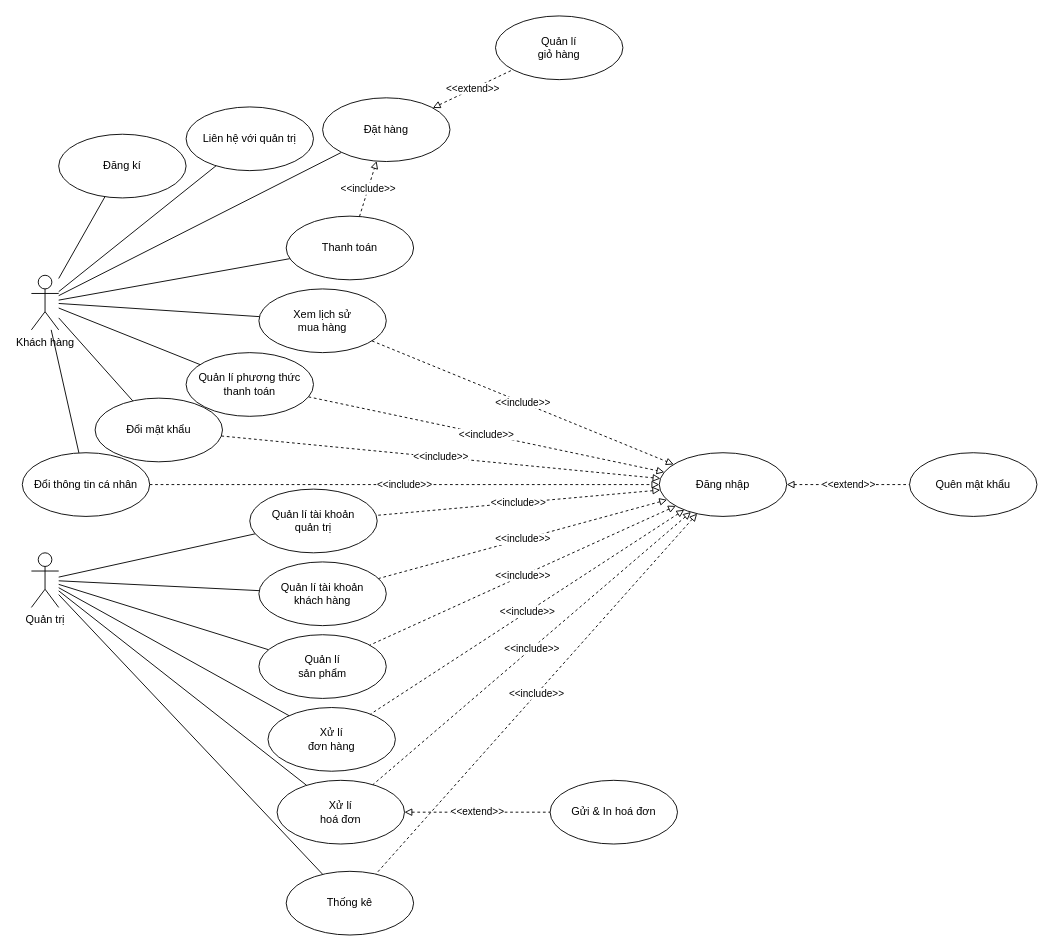
Before: page "Page-1" (1 of 4) of Nam3_HK1/CNPM_SoftTech/Usecase Diagrams/UseCaseDiagram_TongQuat.drawio in EdgarIgnite16/SGU-Course, a draw.io diagram. Source tidied: cells renumbered, new cells numbered last; positions are measured from the earlier drawing's top-left corner, leaving out a move shared by most shapes. Both pictures are drawn from the tidied source at 91%, with x=0, y=0 at pixel (22, 15).
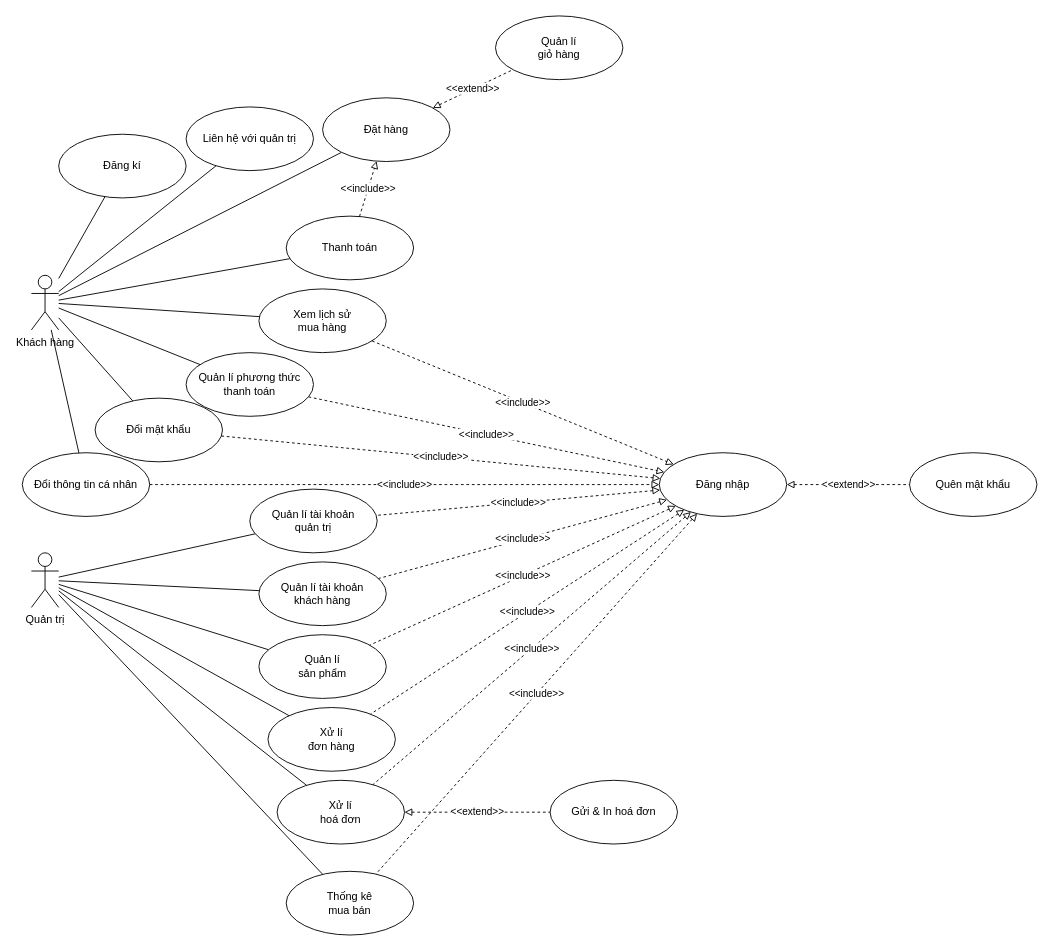
Above is the later version.

What changed in the source:
```diff
@@
-    <mxCell id="25" value="Thống kê" style="ellipse;whiteSpace=wrap;html=1;" parent="1" vertex="1">
+    <mxCell id="25" value="Thống kê&lt;br&gt;mua bán" style="ellipse;whiteSpace=wrap;html=1;" parent="1" vertex="1">
       <mxGeometry x="290" y="940" width="140" height="70" as="geometry" />
     </mxCell>
```
